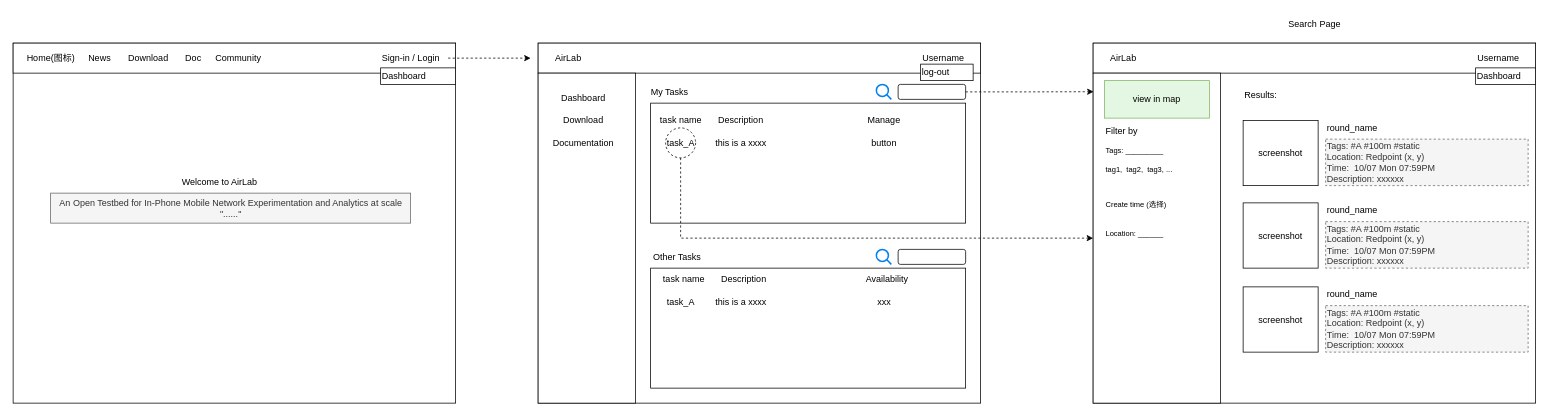
Earlier version of the draw.io diagram server设计.drawio (Markshilong/DrawFigures). Source tidied: cells renumbered, new cells numbered last; positions are measured from the earlier drawing's top-left corner, leaving out a move shared by most shapes. Both pictures are drawn from the tidied source at 75%, with x=0, y=0 at pixel (13, 13).
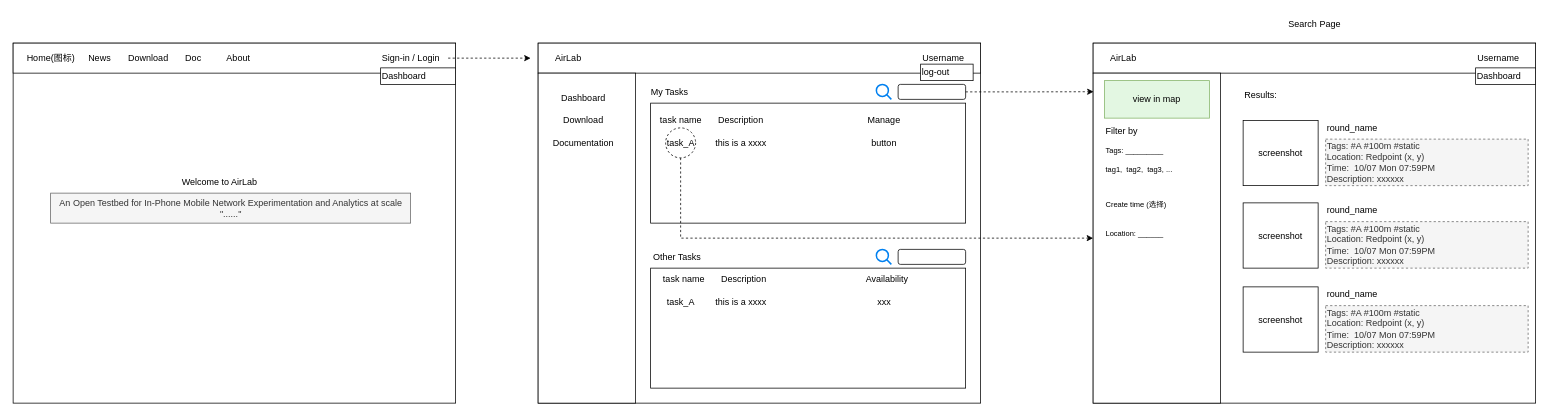
After the change.

What changed in the source:
```diff
@@
-    <mxCell id="10" value="Community" style="text;html=1;align=center;verticalAlign=middle;strokeColor=none;fillColor=none;" parent="1" vertex="1">
-      <mxGeometry x="260" y="45" width="80" height="30" as="geometry" />
+    <mxCell id="10" value="About" style="text;html=1;align=center;verticalAlign=middle;strokeColor=none;fillColor=none;" parent="1" vertex="1">
+      <mxGeometry x="275" y="45" width="50" height="30" as="geometry" />
     </mxCell>
```
